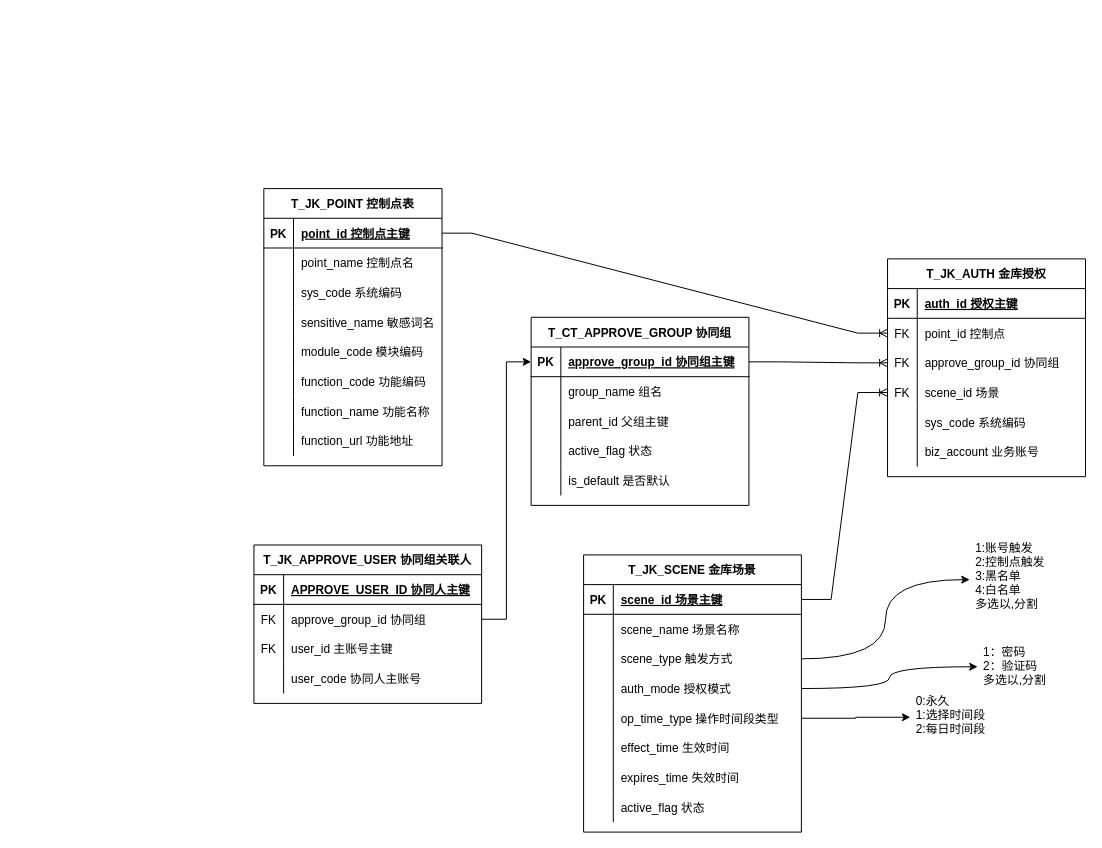
This is page "金库表结构" (2 of 2) of 二期db设计.drawio from 158698706/qhdx, a draw.io file, before an edit. Source tidied: cells renumbered, new cells numbered last; positions are measured from the earlier drawing's top-left corner, leaving out a move shared by most shapes. Both pictures are drawn from the tidied source at 99%, with x=0, y=0 at pixel (253, 188).
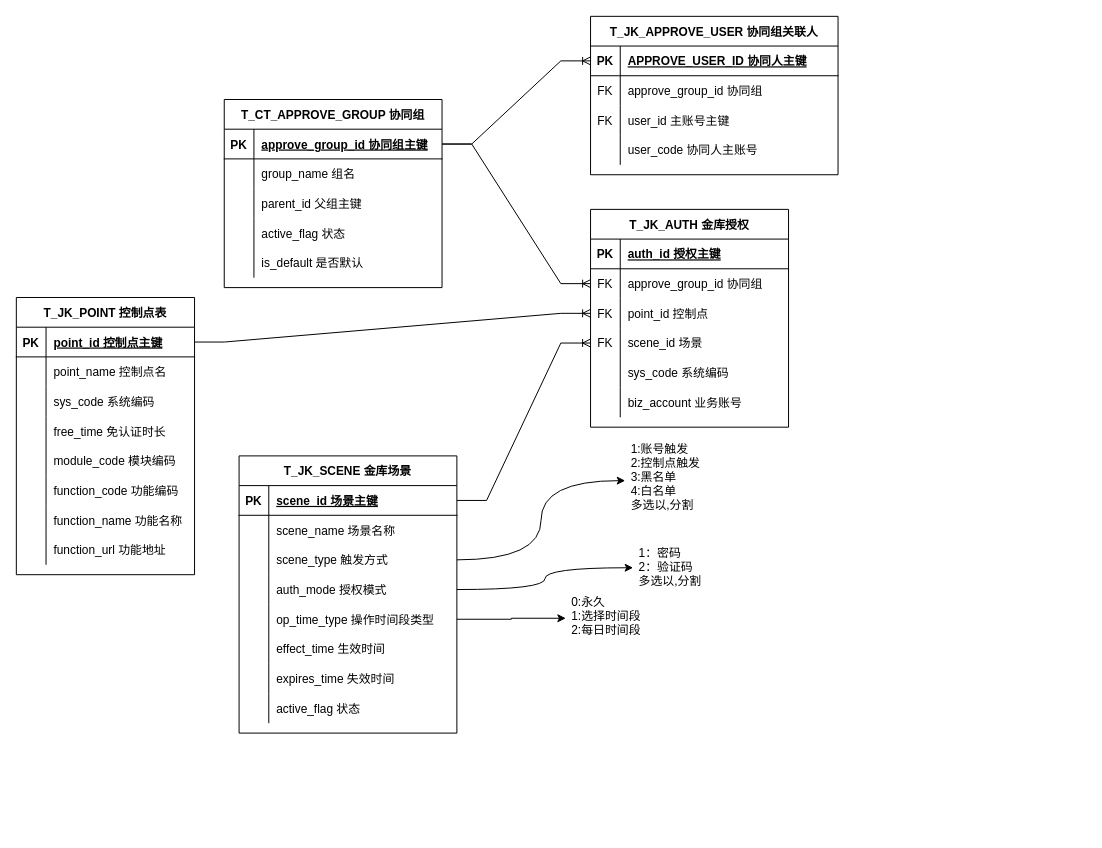
The same page after the edit.

Commit message:
更新二期db设计.drawio

Unchanged cells that the change refers to:
```xml
<mxCell id="35" style="shape=partialRectangle;fillColor=none;top=0;left=0;bottom=0;right=0;points=[[0,0.5],[1,0.5]];portConstraint=eastwest;" parent="31" vertex="1">
  <mxGeometry y="60" width="200" height="30" as="geometry" />
</mxCell>
<mxCell id="38" style="shape=partialRectangle;fillColor=none;top=0;left=0;bottom=0;right=0;points=[[0,0.5],[1,0.5]];portConstraint=eastwest;" parent="31" vertex="1">
  <mxGeometry y="90" width="200" height="30" as="geometry" />
</mxCell>
<mxCell id="52" style="shape=partialRectangle;fillColor=none;top=0;left=0;bottom=1;right=0;points=[[0,0.5],[1,0.5]];portConstraint=eastwest;" parent="51" vertex="1">
  <mxGeometry y="30" width="180" height="30" as="geometry" />
</mxCell>
<mxCell id="80" style="shape=partialRectangle;fillColor=none;top=0;left=0;bottom=1;right=0;points=[[0,0.5],[1,0.5]];portConstraint=eastwest;" parent="79" vertex="1">
  <mxGeometry y="30" width="220" height="30" as="geometry" />
</mxCell>
```

Change to the diagram source:
```diff
@@
     <mxCell id="2" value="T_JK_SCENE 金库场景" style="shape=table;startSize=30;childLayout=tableLayout;rowLines=0;fontStyle=1;align=center;" parent="1" vertex="1">
-      <mxGeometry x="333" y="370" width="220" height="280" as="geometry" />
+      <mxGeometry x="-15" y="270" width="220" height="280" as="geometry" />
     </mxCell>
@@
     <mxCell id="28" value="1:账号触发&#10;2:控制点触发&#10;3:黑名单 &#10;4:白名单 &#10;多选以,分割" style="text;strokeColor=none;fillColor=none;spacingLeft=4;spacingRight=4;overflow=hidden;points=[[0,0.5],[1,0.5]];portConstraint=eastwest;fontSize=12;" parent="1" vertex="1">
-      <mxGeometry x="723" y="350" width="96" height="90" as="geometry" />
+      <mxGeometry x="375" y="250" width="96" height="90" as="geometry" />
     </mxCell>
@@
     <mxCell id="30" value="1：密码&#10;2：验证码&#10;多选以,分割" style="text;strokeColor=none;fillColor=none;spacingLeft=4;spacingRight=4;overflow=hidden;points=[[0,0.5],[1,0.5]];portConstraint=eastwest;fontSize=12;" parent="1" vertex="1">
-      <mxGeometry x="731" y="455" width="99" height="56" as="geometry" />
+      <mxGeometry x="383" y="355" width="99" height="56" as="geometry" />
     </mxCell>
     <mxCell id="31" value="T_JK_AUTH 金库授权" style="shape=table;startSize=30;childLayout=tableLayout;rowLines=0;fontStyle=1;align=center;" parent="1" vertex="1">
-      <mxGeometry x="640" y="71" width="200" height="220" as="geometry" />
+      <mxGeometry x="340" y="21" width="200" height="220" as="geometry" />
     </mxCell>
@@
-    <mxCell id="37" value="point_id 控制点" style="shape=partialRectangle;fillColor=none;top=0;left=0;bottom=0;right=0;align=left;spacingLeft=6;overflow=hidden;" parent="35" vertex="1">
+    <mxCell id="37" value="approve_group_id 协同组" style="shape=partialRectangle;fillColor=none;top=0;left=0;bottom=0;right=0;align=left;spacingLeft=6;overflow=hidden;" parent="35" vertex="1">
       <mxGeometry x="30" width="170" height="30" as="geometry" />
     </mxCell>
@@
-    <mxCell id="40" value="approve_group_id 协同组" style="shape=partialRectangle;fillColor=none;top=0;left=0;bottom=0;right=0;align=left;spacingLeft=6;overflow=hidden;" parent="38" vertex="1">
+    <mxCell id="40" value="point_id 控制点" style="shape=partialRectangle;fillColor=none;top=0;left=0;bottom=0;right=0;align=left;spacingLeft=6;overflow=hidden;" parent="38" vertex="1">
       <mxGeometry x="30" width="170" height="30" as="geometry" />
     </mxCell>
@@
     <mxCell id="51" value="T_JK_POINT 控制点表" style="shape=table;startSize=30;childLayout=tableLayout;rowLines=0;fontStyle=1;align=center;" parent="1" vertex="1">
-      <mxGeometry x="10" width="180" height="280" as="geometry" />
+      <mxGeometry x="-240" y="110" width="180" height="280" as="geometry" />
     </mxCell>
@@
+    <mxCell id="110" style="shape=partialRectangle;fillColor=none;top=0;left=0;bottom=0;right=0;" parent="51" vertex="1">
+      <mxGeometry y="90" width="180" height="30" as="geometry" />
+    </mxCell>
+    <mxCell id="62" style="shape=partialRectangle;fillColor=none;top=0;left=0;bottom=0;right=0;overflow=hidden;" parent="110" vertex="1">
+      <mxGeometry width="30" height="30" as="geometry" />
+    </mxCell>
+    <mxCell id="111" value="sys_code 系统编码" style="shape=partialRectangle;fillColor=none;top=0;left=0;bottom=0;right=0;align=left;spacingLeft=6;overflow=hidden;" parent="110" vertex="1">
+      <mxGeometry x="30" width="150" height="30" as="geometry" />
+    </mxCell>
     <mxCell id="58" style="shape=partialRectangle;fillColor=none;top=0;left=0;bottom=0;right=0;" parent="51" vertex="1">
-      <mxGeometry y="90" width="180" height="30" as="geometry" />
+      <mxGeometry y="120" width="180" height="30" as="geometry" />
     </mxCell>
@@
-    <mxCell id="60" value="sys_code 系统编码" style="shape=partialRectangle;fillColor=none;top=0;left=0;bottom=0;right=0;align=left;spacingLeft=6;overflow=hidden;" parent="58" vertex="1">
+    <mxCell id="60" value="free_time 免认证时长" style="shape=partialRectangle;fillColor=none;top=0;left=0;bottom=0;right=0;align=left;spacingLeft=6;overflow=hidden;" parent="58" vertex="1">
       <mxGeometry x="30" width="150" height="30" as="geometry" />
     </mxCell>
-    <mxCell id="61" style="shape=partialRectangle;fillColor=none;top=0;left=0;bottom=0;right=0;" parent="51" vertex="1">
-      <mxGeometry y="120" width="180" height="30" as="geometry" />
-    </mxCell>
-    <mxCell id="62" style="shape=partialRectangle;fillColor=none;top=0;left=0;bottom=0;right=0;overflow=hidden;" parent="61" vertex="1">
-      <mxGeometry width="30" height="30" as="geometry" />
-    </mxCell>
-    <mxCell id="63" value="sensitive_name 敏感词名" style="shape=partialRectangle;fillColor=none;top=0;left=0;bottom=0;right=0;align=left;spacingLeft=6;overflow=hidden;" parent="61" vertex="1">
-      <mxGeometry x="30" width="150" height="30" as="geometry" />
-    </mxCell>
@@
-    <mxCell id="76" style="edgeStyle=entityRelationEdgeStyle;fontSize=12;html=1;endArrow=ERoneToMany;rounded=0;entryX=0;entryY=0.5;entryDx=0;entryDy=0;" parent="1" edge="1" source="52" target="35">
+    <mxCell id="76" style="edgeStyle=entityRelationEdgeStyle;fontSize=12;html=1;endArrow=ERoneToMany;rounded=0;" parent="1" edge="1" source="52" target="38">
       <mxGeometry relative="1" as="geometry" />
     </mxCell>
     <mxCell id="77" value="0:永久&#10;1:选择时间段&#10;2:每日时间段" style="text;strokeColor=none;fillColor=none;spacingLeft=4;spacingRight=4;overflow=hidden;points=[[0,0.5],[1,0.5]];portConstraint=eastwest;fontSize=12;" parent="1" vertex="1">
-      <mxGeometry x="663" y="504" width="100" height="60" as="geometry" />
+      <mxGeometry x="315" y="404" width="100" height="60" as="geometry" />
     </mxCell>
@@
     <mxCell id="79" value="T_CT_APPROVE_GROUP 协同组" style="shape=table;startSize=30;childLayout=tableLayout;rowLines=0;fontStyle=1;align=center;" parent="1" vertex="1">
-      <mxGeometry x="280" y="130" width="220" height="190" as="geometry" />
+      <mxGeometry x="-30" y="-90" width="220" height="190" as="geometry" />
     </mxCell>
@@
-    <mxCell id="95" style="edgeStyle=entityRelationEdgeStyle;fontSize=12;html=1;endArrow=ERoneToMany;rounded=0;exitX=1;exitY=0.5;exitDx=0;exitDy=0;" parent="1" edge="1" source="80" target="38">
+    <mxCell id="95" style="edgeStyle=entityRelationEdgeStyle;fontSize=12;html=1;endArrow=ERoneToMany;rounded=0;exitX=1;exitY=0.5;exitDx=0;exitDy=0;" parent="1" edge="1" source="80" target="35">
       <mxGeometry relative="1" as="geometry" />
     </mxCell>
     <mxCell id="96" value="T_JK_APPROVE_USER 协同组关联人" style="shape=table;startSize=30;childLayout=tableLayout;rowLines=0;fontStyle=1;align=center;" parent="1" vertex="1">
-      <mxGeometry y="360" width="230" height="160" as="geometry" />
+      <mxGeometry x="340" y="-174" width="250" height="160" as="geometry" />
     </mxCell>
     <mxCell id="97" style="shape=partialRectangle;fillColor=none;top=0;left=0;bottom=1;right=0;points=[[0,0.5],[1,0.5]];portConstraint=eastwest;" parent="96" vertex="1">
-      <mxGeometry y="30" width="230" height="30" as="geometry" />
+      <mxGeometry y="30" width="250" height="30" as="geometry" />
     </mxCell>
@@
     <mxCell id="99" value="APPROVE_USER_ID 协同人主键" style="shape=partialRectangle;fillColor=none;top=0;left=0;bottom=0;right=0;align=left;spacingLeft=6;fontStyle=5;overflow=hidden;" parent="97" vertex="1">
-      <mxGeometry x="30" width="200" height="30" as="geometry" />
+      <mxGeometry x="30" width="220" height="30" as="geometry" />
     </mxCell>
     <mxCell id="100" style="shape=partialRectangle;fillColor=none;top=0;left=0;bottom=0;right=0;points=[[0,0.5],[1,0.5]];portConstraint=eastwest;" parent="96" vertex="1">
-      <mxGeometry y="60" width="230" height="30" as="geometry" />
+      <mxGeometry y="60" width="250" height="30" as="geometry" />
     </mxCell>
@@
     <mxCell id="102" value="approve_group_id 协同组" style="shape=partialRectangle;fillColor=none;top=0;left=0;bottom=0;right=0;align=left;spacingLeft=6;overflow=hidden;" parent="100" vertex="1">
-      <mxGeometry x="30" width="200" height="30" as="geometry" />
+      <mxGeometry x="30" width="220" height="30" as="geometry" />
     </mxCell>
     <mxCell id="103" style="shape=partialRectangle;fillColor=none;top=0;left=0;bottom=0;right=0;" parent="96" vertex="1">
-      <mxGeometry y="90" width="230" height="30" as="geometry" />
+      <mxGeometry y="90" width="250" height="30" as="geometry" />
     </mxCell>
@@
     <mxCell id="105" value="user_id 主账号主键" style="shape=partialRectangle;fillColor=none;top=0;left=0;bottom=0;right=0;align=left;spacingLeft=6;overflow=hidden;" parent="103" vertex="1">
-      <mxGeometry x="30" width="200" height="30" as="geometry" />
+      <mxGeometry x="30" width="220" height="30" as="geometry" />
     </mxCell>
     <mxCell id="106" style="shape=partialRectangle;fillColor=none;top=0;left=0;bottom=0;right=0;" parent="96" vertex="1">
-      <mxGeometry y="120" width="230" height="30" as="geometry" />
+      <mxGeometry y="120" width="250" height="30" as="geometry" />
     </mxCell>
@@
     <mxCell id="108" value="user_code 协同人主账号" style="shape=partialRectangle;fillColor=none;top=0;left=0;bottom=0;right=0;align=left;spacingLeft=6;overflow=hidden;" parent="106" vertex="1">
-      <mxGeometry x="30" width="200" height="30" as="geometry" />
+      <mxGeometry x="30" width="220" height="30" as="geometry" />
     </mxCell>
-    <mxCell id="109" style="edgeStyle=orthogonalEdgeStyle;rounded=0;jettySize=auto;html=1;" parent="1" edge="1" source="100" target="80">
-      <mxGeometry relative="1" as="geometry" />
-    </mxCell>
+    <mxCell id="112" style="edgeStyle=entityRelationEdgeStyle;fontSize=12;html=1;endArrow=ERoneToMany;rounded=0;entryX=0;entryY=0.5;entryDx=0;entryDy=0;exitX=1;exitY=0.5;exitDx=0;exitDy=0;" parent="1" edge="1" source="80" target="97">
+      <mxGeometry relative="1" as="geometry" />
+    </mxCell>
```
